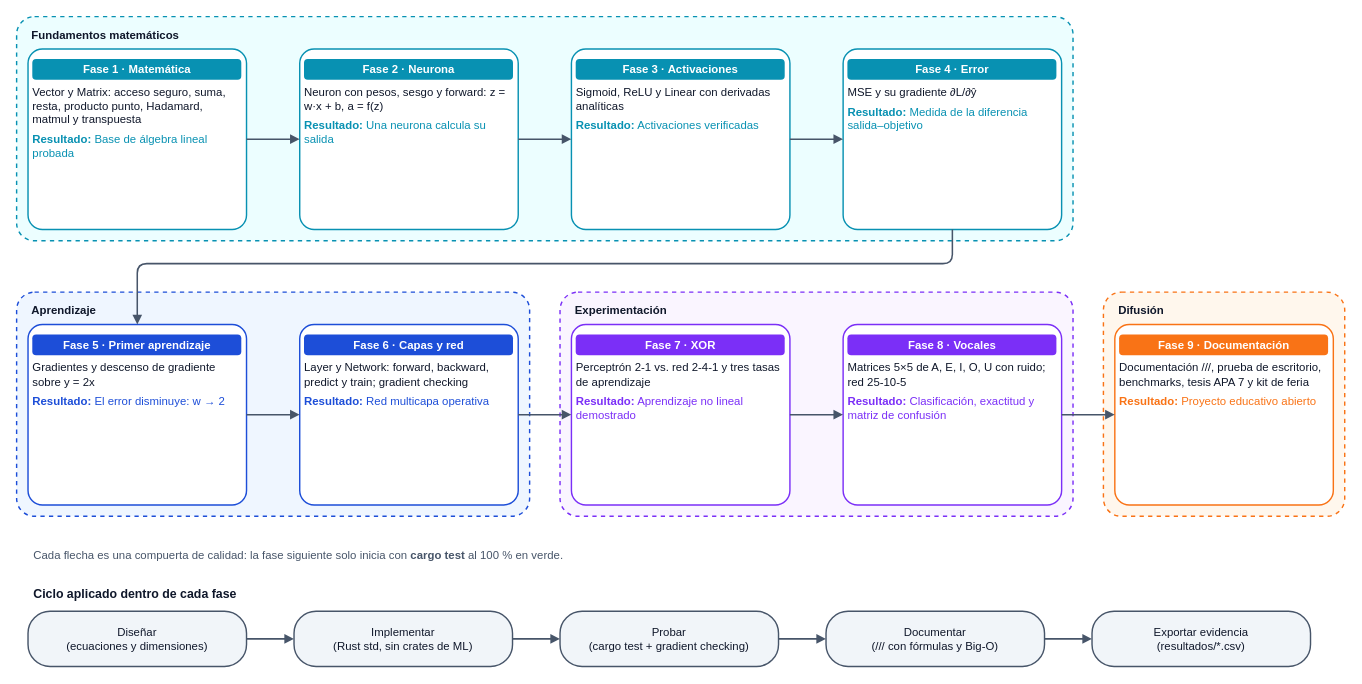
Noxy-bit/Redes-Neuronales-Rust keeps this draw.io diagram as diagramas/05_fases_metodologia.drawio. Above is the earlier version. Source tidied: cells renumbered, new cells numbered last; positions are measured from the earlier drawing's top-left corner, leaving out a move shared by most shapes. Both pictures are drawn from the tidied source at 95%, with x=0, y=0 at pixel (16, 16).
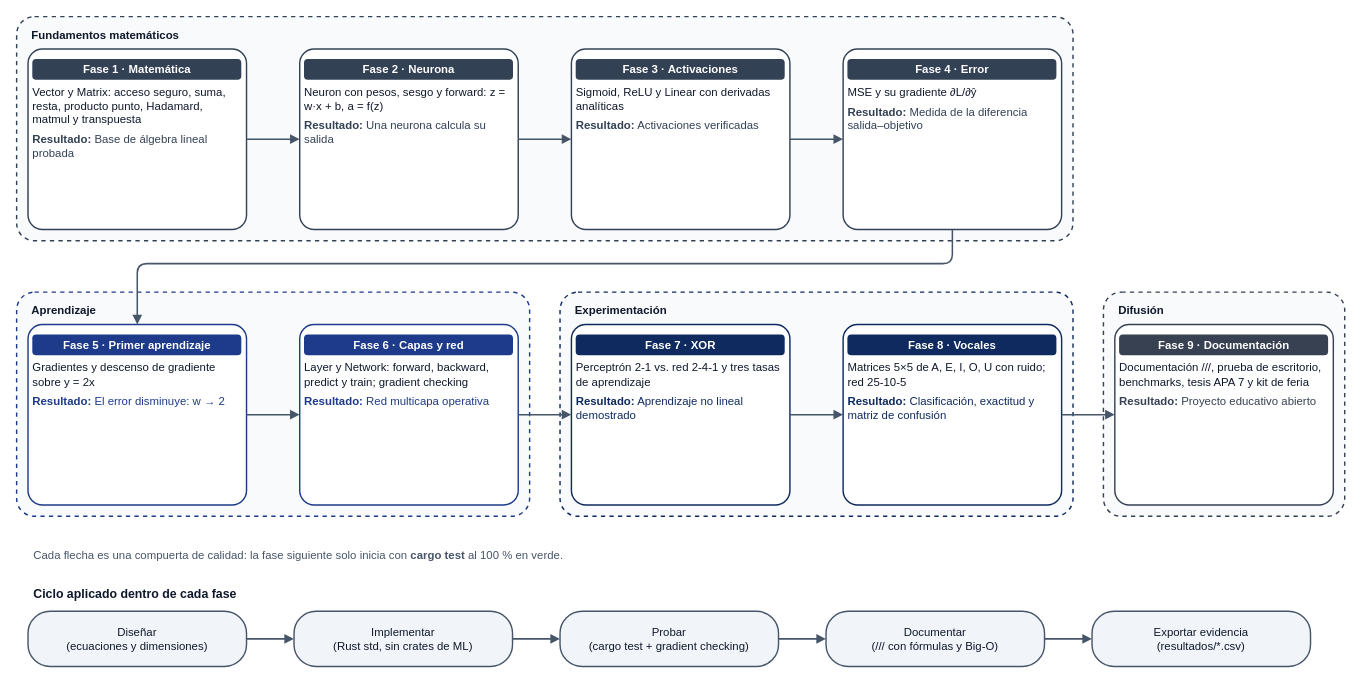
After the change.

The edit, as a diff of the source:
```diff
@@
-    <mxCell id="2" value="&lt;b&gt;Fundamentos matemáticos&lt;/b&gt;" style="rounded=1;arcSize=8;whiteSpace=wrap;html=1;fontFamily=Helvetica;fontSize=13;fontColor=#0F172A;strokeColor=#0891B2;fillColor=#ECFEFF;strokeWidth=1.5;spacing=6;verticalAlign=top;align=left;spacingLeft=10;spacingTop=2;fontSize=12;dashed=1;" parent="1" vertex="1">
+    <mxCell id="2" value="&lt;b&gt;Fundamentos matemáticos&lt;/b&gt;" style="rounded=1;arcSize=8;whiteSpace=wrap;html=1;fontFamily=Helvetica;fontSize=13;fontColor=#0F172A;strokeColor=#334155;fillColor=#F8FAFC;strokeWidth=1.5;spacing=6;verticalAlign=top;align=left;spacingLeft=10;spacingTop=2;fontSize=12;dashed=1;" parent="1" vertex="1">
       <mxGeometry width="1112" height="236" as="geometry" />
     </mxCell>
-    <mxCell id="3" value="&lt;b&gt;Aprendizaje&lt;/b&gt;" style="rounded=1;arcSize=8;whiteSpace=wrap;html=1;fontFamily=Helvetica;fontSize=13;fontColor=#0F172A;strokeColor=#1D4ED8;fillColor=#EFF6FF;strokeWidth=1.5;spacing=6;verticalAlign=top;align=left;spacingLeft=10;spacingTop=2;fontSize=12;dashed=1;" parent="1" vertex="1">
+    <mxCell id="3" value="&lt;b&gt;Aprendizaje&lt;/b&gt;" style="rounded=1;arcSize=8;whiteSpace=wrap;html=1;fontFamily=Helvetica;fontSize=13;fontColor=#0F172A;strokeColor=#1E3A8A;fillColor=#F8FAFC;strokeWidth=1.5;spacing=6;verticalAlign=top;align=left;spacingLeft=10;spacingTop=2;fontSize=12;dashed=1;" parent="1" vertex="1">
       <mxGeometry y="290" width="540" height="236" as="geometry" />
     </mxCell>
-    <mxCell id="4" value="&lt;b&gt;Experimentación&lt;/b&gt;" style="rounded=1;arcSize=8;whiteSpace=wrap;html=1;fontFamily=Helvetica;fontSize=13;fontColor=#0F172A;strokeColor=#7B2FF7;fillColor=#FAF5FF;strokeWidth=1.5;spacing=6;verticalAlign=top;align=left;spacingLeft=10;spacingTop=2;fontSize=12;dashed=1;" parent="1" vertex="1">
+    <mxCell id="4" value="&lt;b&gt;Experimentación&lt;/b&gt;" style="rounded=1;arcSize=8;whiteSpace=wrap;html=1;fontFamily=Helvetica;fontSize=13;fontColor=#0F172A;strokeColor=#0F2A5F;fillColor=#F8FAFC;strokeWidth=1.5;spacing=6;verticalAlign=top;align=left;spacingLeft=10;spacingTop=2;fontSize=12;dashed=1;" parent="1" vertex="1">
       <mxGeometry x="572" y="290" width="540" height="236" as="geometry" />
     </mxCell>
-    <mxCell id="5" value="&lt;b&gt;Difusión&lt;/b&gt;" style="rounded=1;arcSize=8;whiteSpace=wrap;html=1;fontFamily=Helvetica;fontSize=13;fontColor=#0F172A;strokeColor=#F97316;fillColor=#FFF7ED;strokeWidth=1.5;spacing=6;verticalAlign=top;align=left;spacingLeft=10;spacingTop=2;fontSize=12;dashed=1;" parent="1" vertex="1">
+    <mxCell id="5" value="&lt;b&gt;Difusión&lt;/b&gt;" style="rounded=1;arcSize=8;whiteSpace=wrap;html=1;fontFamily=Helvetica;fontSize=13;fontColor=#0F172A;strokeColor=#374151;fillColor=#F8FAFC;strokeWidth=1.5;spacing=6;verticalAlign=top;align=left;spacingLeft=10;spacingTop=2;fontSize=12;dashed=1;" parent="1" vertex="1">
       <mxGeometry x="1144" y="290" width="254" height="236" as="geometry" />
     </mxCell>
-    <mxCell id="6" value="&lt;div style=&quot;background:#0891B2;color:#FFFFFF;padding:4px;border-radius:4px&quot;&gt;&lt;b&gt;Fase 1 · Matemática&lt;/b&gt;&lt;/div&gt;&lt;div style=&quot;text-align:left;margin-top:6px&quot;&gt;Vector y Matrix: acceso seguro, suma, resta, producto punto, Hadamard, matmul y transpuesta&lt;/div&gt;&lt;div style=&quot;text-align:left;margin-top:6px;color:#0891B2&quot;&gt;&lt;b&gt;Resultado:&lt;/b&gt; Base de álgebra lineal probada&lt;/div&gt;" style="rounded=1;arcSize=8;whiteSpace=wrap;html=1;fontFamily=Helvetica;fontSize=13;fontColor=#0F172A;strokeColor=#0891B2;fillColor=#FFFFFF;strokeWidth=1.5;spacing=6;verticalAlign=top;fontSize=12;" parent="1" vertex="1">
+    <mxCell id="6" value="&lt;div style=&quot;background:#334155;color:#FFFFFF;padding:4px;border-radius:4px&quot;&gt;&lt;b&gt;Fase 1 · Matemática&lt;/b&gt;&lt;/div&gt;&lt;div style=&quot;text-align:left;margin-top:6px&quot;&gt;Vector y Matrix: acceso seguro, suma, resta, producto punto, Hadamard, matmul y transpuesta&lt;/div&gt;&lt;div style=&quot;text-align:left;margin-top:6px;color:#334155&quot;&gt;&lt;b&gt;Resultado:&lt;/b&gt; Base de álgebra lineal probada&lt;/div&gt;" style="rounded=1;arcSize=8;whiteSpace=wrap;html=1;fontFamily=Helvetica;fontSize=13;fontColor=#0F172A;strokeColor=#334155;fillColor=#FFFFFF;strokeWidth=1.5;spacing=6;verticalAlign=top;fontSize=12;" parent="1" vertex="1">
       <mxGeometry x="12" y="34" width="230" height="190" as="geometry" />
     </mxCell>
-    <mxCell id="7" value="&lt;div style=&quot;background:#0891B2;color:#FFFFFF;padding:4px;border-radius:4px&quot;&gt;&lt;b&gt;Fase 2 · Neurona&lt;/b&gt;&lt;/div&gt;&lt;div style=&quot;text-align:left;margin-top:6px&quot;&gt;Neuron con pesos, sesgo y forward: z = w·x + b, a = f(z)&lt;/div&gt;&lt;div style=&quot;text-align:left;margin-top:6px;color:#0891B2&quot;&gt;&lt;b&gt;Resultado:&lt;/b&gt; Una neurona calcula su salida&lt;/div&gt;" style="rounded=1;arcSize=8;whiteSpace=wrap;html=1;fontFamily=Helvetica;fontSize=13;fontColor=#0F172A;strokeColor=#0891B2;fillColor=#FFFFFF;strokeWidth=1.5;spacing=6;verticalAlign=top;fontSize=12;" parent="1" vertex="1">
+    <mxCell id="7" value="&lt;div style=&quot;background:#334155;color:#FFFFFF;padding:4px;border-radius:4px&quot;&gt;&lt;b&gt;Fase 2 · Neurona&lt;/b&gt;&lt;/div&gt;&lt;div style=&quot;text-align:left;margin-top:6px&quot;&gt;Neuron con pesos, sesgo y forward: z = w·x + b, a = f(z)&lt;/div&gt;&lt;div style=&quot;text-align:left;margin-top:6px;color:#334155&quot;&gt;&lt;b&gt;Resultado:&lt;/b&gt; Una neurona calcula su salida&lt;/div&gt;" style="rounded=1;arcSize=8;whiteSpace=wrap;html=1;fontFamily=Helvetica;fontSize=13;fontColor=#0F172A;strokeColor=#334155;fillColor=#FFFFFF;strokeWidth=1.5;spacing=6;verticalAlign=top;fontSize=12;" parent="1" vertex="1">
       <mxGeometry x="298" y="34" width="230" height="190" as="geometry" />
     </mxCell>
-    <mxCell id="8" value="&lt;div style=&quot;background:#0891B2;color:#FFFFFF;padding:4px;border-radius:4px&quot;&gt;&lt;b&gt;Fase 3 · Activaciones&lt;/b&gt;&lt;/div&gt;&lt;div style=&quot;text-align:left;margin-top:6px&quot;&gt;Sigmoid, ReLU y Linear con derivadas analíticas&lt;/div&gt;&lt;div style=&quot;text-align:left;margin-top:6px;color:#0891B2&quot;&gt;&lt;b&gt;Resultado:&lt;/b&gt; Activaciones verificadas&lt;/div&gt;" style="rounded=1;arcSize=8;whiteSpace=wrap;html=1;fontFamily=Helvetica;fontSize=13;fontColor=#0F172A;strokeColor=#0891B2;fillColor=#FFFFFF;strokeWidth=1.5;spacing=6;verticalAlign=top;fontSize=12;" parent="1" vertex="1">
+    <mxCell id="8" value="&lt;div style=&quot;background:#334155;color:#FFFFFF;padding:4px;border-radius:4px&quot;&gt;&lt;b&gt;Fase 3 · Activaciones&lt;/b&gt;&lt;/div&gt;&lt;div style=&quot;text-align:left;margin-top:6px&quot;&gt;Sigmoid, ReLU y Linear con derivadas analíticas&lt;/div&gt;&lt;div style=&quot;text-align:left;margin-top:6px;color:#334155&quot;&gt;&lt;b&gt;Resultado:&lt;/b&gt; Activaciones verificadas&lt;/div&gt;" style="rounded=1;arcSize=8;whiteSpace=wrap;html=1;fontFamily=Helvetica;fontSize=13;fontColor=#0F172A;strokeColor=#334155;fillColor=#FFFFFF;strokeWidth=1.5;spacing=6;verticalAlign=top;fontSize=12;" parent="1" vertex="1">
       <mxGeometry x="584" y="34" width="230" height="190" as="geometry" />
     </mxCell>
-    <mxCell id="9" value="&lt;div style=&quot;background:#0891B2;color:#FFFFFF;padding:4px;border-radius:4px&quot;&gt;&lt;b&gt;Fase 4 · Error&lt;/b&gt;&lt;/div&gt;&lt;div style=&quot;text-align:left;margin-top:6px&quot;&gt;MSE y su gradiente ∂L/∂ŷ&lt;/div&gt;&lt;div style=&quot;text-align:left;margin-top:6px;color:#0891B2&quot;&gt;&lt;b&gt;Resultado:&lt;/b&gt; Medida de la diferencia salida–objetivo&lt;/div&gt;" style="rounded=1;arcSize=8;whiteSpace=wrap;html=1;fontFamily=Helvetica;fontSize=13;fontColor=#0F172A;strokeColor=#0891B2;fillColor=#FFFFFF;strokeWidth=1.5;spacing=6;verticalAlign=top;fontSize=12;" parent="1" vertex="1">
+    <mxCell id="9" value="&lt;div style=&quot;background:#334155;color:#FFFFFF;padding:4px;border-radius:4px&quot;&gt;&lt;b&gt;Fase 4 · Error&lt;/b&gt;&lt;/div&gt;&lt;div style=&quot;text-align:left;margin-top:6px&quot;&gt;MSE y su gradiente ∂L/∂ŷ&lt;/div&gt;&lt;div style=&quot;text-align:left;margin-top:6px;color:#334155&quot;&gt;&lt;b&gt;Resultado:&lt;/b&gt; Medida de la diferencia salida–objetivo&lt;/div&gt;" style="rounded=1;arcSize=8;whiteSpace=wrap;html=1;fontFamily=Helvetica;fontSize=13;fontColor=#0F172A;strokeColor=#334155;fillColor=#FFFFFF;strokeWidth=1.5;spacing=6;verticalAlign=top;fontSize=12;" parent="1" vertex="1">
       <mxGeometry x="870" y="34" width="230" height="190" as="geometry" />
     </mxCell>
-    <mxCell id="10" value="&lt;div style=&quot;background:#1D4ED8;color:#FFFFFF;padding:4px;border-radius:4px&quot;&gt;&lt;b&gt;Fase 5 · Primer aprendizaje&lt;/b&gt;&lt;/div&gt;&lt;div style=&quot;text-align:left;margin-top:6px&quot;&gt;Gradientes y descenso de gradiente sobre y = 2x&lt;/div&gt;&lt;div style=&quot;text-align:left;margin-top:6px;color:#1D4ED8&quot;&gt;&lt;b&gt;Resultado:&lt;/b&gt; El error disminuye: w → 2&lt;/div&gt;" style="rounded=1;arcSize=8;whiteSpace=wrap;html=1;fontFamily=Helvetica;fontSize=13;fontColor=#0F172A;strokeColor=#1D4ED8;fillColor=#FFFFFF;strokeWidth=1.5;spacing=6;verticalAlign=top;fontSize=12;" parent="1" vertex="1">
+    <mxCell id="10" value="&lt;div style=&quot;background:#1E3A8A;color:#FFFFFF;padding:4px;border-radius:4px&quot;&gt;&lt;b&gt;Fase 5 · Primer aprendizaje&lt;/b&gt;&lt;/div&gt;&lt;div style=&quot;text-align:left;margin-top:6px&quot;&gt;Gradientes y descenso de gradiente sobre y = 2x&lt;/div&gt;&lt;div style=&quot;text-align:left;margin-top:6px;color:#1E3A8A&quot;&gt;&lt;b&gt;Resultado:&lt;/b&gt; El error disminuye: w → 2&lt;/div&gt;" style="rounded=1;arcSize=8;whiteSpace=wrap;html=1;fontFamily=Helvetica;fontSize=13;fontColor=#0F172A;strokeColor=#1E3A8A;fillColor=#FFFFFF;strokeWidth=1.5;spacing=6;verticalAlign=top;fontSize=12;" parent="1" vertex="1">
       <mxGeometry x="12" y="324" width="230" height="190" as="geometry" />
     </mxCell>
-    <mxCell id="11" value="&lt;div style=&quot;background:#1D4ED8;color:#FFFFFF;padding:4px;border-radius:4px&quot;&gt;&lt;b&gt;Fase 6 · Capas y red&lt;/b&gt;&lt;/div&gt;&lt;div style=&quot;text-align:left;margin-top:6px&quot;&gt;Layer y Network: forward, backward, predict y train; gradient checking&lt;/div&gt;&lt;div style=&quot;text-align:left;margin-top:6px;color:#1D4ED8&quot;&gt;&lt;b&gt;Resultado:&lt;/b&gt; Red multicapa operativa&lt;/div&gt;" style="rounded=1;arcSize=8;whiteSpace=wrap;html=1;fontFamily=Helvetica;fontSize=13;fontColor=#0F172A;strokeColor=#1D4ED8;fillColor=#FFFFFF;strokeWidth=1.5;spacing=6;verticalAlign=top;fontSize=12;" parent="1" vertex="1">
+    <mxCell id="11" value="&lt;div style=&quot;background:#1E3A8A;color:#FFFFFF;padding:4px;border-radius:4px&quot;&gt;&lt;b&gt;Fase 6 · Capas y red&lt;/b&gt;&lt;/div&gt;&lt;div style=&quot;text-align:left;margin-top:6px&quot;&gt;Layer y Network: forward, backward, predict y train; gradient checking&lt;/div&gt;&lt;div style=&quot;text-align:left;margin-top:6px;color:#1E3A8A&quot;&gt;&lt;b&gt;Resultado:&lt;/b&gt; Red multicapa operativa&lt;/div&gt;" style="rounded=1;arcSize=8;whiteSpace=wrap;html=1;fontFamily=Helvetica;fontSize=13;fontColor=#0F172A;strokeColor=#1E3A8A;fillColor=#FFFFFF;strokeWidth=1.5;spacing=6;verticalAlign=top;fontSize=12;" parent="1" vertex="1">
       <mxGeometry x="298" y="324" width="230" height="190" as="geometry" />
     </mxCell>
-    <mxCell id="12" value="&lt;div style=&quot;background:#7B2FF7;color:#FFFFFF;padding:4px;border-radius:4px&quot;&gt;&lt;b&gt;Fase 7 · XOR&lt;/b&gt;&lt;/div&gt;&lt;div style=&quot;text-align:left;margin-top:6px&quot;&gt;Perceptrón 2-1 vs. red 2-4-1 y tres tasas de aprendizaje&lt;/div&gt;&lt;div style=&quot;text-align:left;margin-top:6px;color:#7B2FF7&quot;&gt;&lt;b&gt;Resultado:&lt;/b&gt; Aprendizaje no lineal demostrado&lt;/div&gt;" style="rounded=1;arcSize=8;whiteSpace=wrap;html=1;fontFamily=Helvetica;fontSize=13;fontColor=#0F172A;strokeColor=#7B2FF7;fillColor=#FFFFFF;strokeWidth=1.5;spacing=6;verticalAlign=top;fontSize=12;" parent="1" vertex="1">
+    <mxCell id="12" value="&lt;div style=&quot;background:#0F2A5F;color:#FFFFFF;padding:4px;border-radius:4px&quot;&gt;&lt;b&gt;Fase 7 · XOR&lt;/b&gt;&lt;/div&gt;&lt;div style=&quot;text-align:left;margin-top:6px&quot;&gt;Perceptrón 2-1 vs. red 2-4-1 y tres tasas de aprendizaje&lt;/div&gt;&lt;div style=&quot;text-align:left;margin-top:6px;color:#0F2A5F&quot;&gt;&lt;b&gt;Resultado:&lt;/b&gt; Aprendizaje no lineal demostrado&lt;/div&gt;" style="rounded=1;arcSize=8;whiteSpace=wrap;html=1;fontFamily=Helvetica;fontSize=13;fontColor=#0F172A;strokeColor=#0F2A5F;fillColor=#FFFFFF;strokeWidth=1.5;spacing=6;verticalAlign=top;fontSize=12;" parent="1" vertex="1">
       <mxGeometry x="584" y="324" width="230" height="190" as="geometry" />
     </mxCell>
-    <mxCell id="13" value="&lt;div style=&quot;background:#7B2FF7;color:#FFFFFF;padding:4px;border-radius:4px&quot;&gt;&lt;b&gt;Fase 8 · Vocales&lt;/b&gt;&lt;/div&gt;&lt;div style=&quot;text-align:left;margin-top:6px&quot;&gt;Matrices 5×5 de A, E, I, O, U con ruido; red 25-10-5&lt;/div&gt;&lt;div style=&quot;text-align:left;margin-top:6px;color:#7B2FF7&quot;&gt;&lt;b&gt;Resultado:&lt;/b&gt; Clasificación, exactitud y matriz de confusión&lt;/div&gt;" style="rounded=1;arcSize=8;whiteSpace=wrap;html=1;fontFamily=Helvetica;fontSize=13;fontColor=#0F172A;strokeColor=#7B2FF7;fillColor=#FFFFFF;strokeWidth=1.5;spacing=6;verticalAlign=top;fontSize=12;" parent="1" vertex="1">
+    <mxCell id="13" value="&lt;div style=&quot;background:#0F2A5F;color:#FFFFFF;padding:4px;border-radius:4px&quot;&gt;&lt;b&gt;Fase 8 · Vocales&lt;/b&gt;&lt;/div&gt;&lt;div style=&quot;text-align:left;margin-top:6px&quot;&gt;Matrices 5×5 de A, E, I, O, U con ruido; red 25-10-5&lt;/div&gt;&lt;div style=&quot;text-align:left;margin-top:6px;color:#0F2A5F&quot;&gt;&lt;b&gt;Resultado:&lt;/b&gt; Clasificación, exactitud y matriz de confusión&lt;/div&gt;" style="rounded=1;arcSize=8;whiteSpace=wrap;html=1;fontFamily=Helvetica;fontSize=13;fontColor=#0F172A;strokeColor=#0F2A5F;fillColor=#FFFFFF;strokeWidth=1.5;spacing=6;verticalAlign=top;fontSize=12;" parent="1" vertex="1">
       <mxGeometry x="870" y="324" width="230" height="190" as="geometry" />
     </mxCell>
-    <mxCell id="14" value="&lt;div style=&quot;background:#F97316;color:#FFFFFF;padding:4px;border-radius:4px&quot;&gt;&lt;b&gt;Fase 9 · Documentación&lt;/b&gt;&lt;/div&gt;&lt;div style=&quot;text-align:left;margin-top:6px&quot;&gt;Documentación ///, prueba de escritorio, benchmarks, tesis APA 7 y kit de feria&lt;/div&gt;&lt;div style=&quot;text-align:left;margin-top:6px;color:#F97316&quot;&gt;&lt;b&gt;Resultado:&lt;/b&gt; Proyecto educativo abierto&lt;/div&gt;" style="rounded=1;arcSize=8;whiteSpace=wrap;html=1;fontFamily=Helvetica;fontSize=13;fontColor=#0F172A;strokeColor=#F97316;fillColor=#FFFFFF;strokeWidth=1.5;spacing=6;verticalAlign=top;fontSize=12;" parent="1" vertex="1">
+    <mxCell id="14" value="&lt;div style=&quot;background:#374151;color:#FFFFFF;padding:4px;border-radius:4px&quot;&gt;&lt;b&gt;Fase 9 · Documentación&lt;/b&gt;&lt;/div&gt;&lt;div style=&quot;text-align:left;margin-top:6px&quot;&gt;Documentación ///, prueba de escritorio, benchmarks, tesis APA 7 y kit de feria&lt;/div&gt;&lt;div style=&quot;text-align:left;margin-top:6px;color:#374151&quot;&gt;&lt;b&gt;Resultado:&lt;/b&gt; Proyecto educativo abierto&lt;/div&gt;" style="rounded=1;arcSize=8;whiteSpace=wrap;html=1;fontFamily=Helvetica;fontSize=13;fontColor=#0F172A;strokeColor=#374151;fillColor=#FFFFFF;strokeWidth=1.5;spacing=6;verticalAlign=top;fontSize=12;" parent="1" vertex="1">
       <mxGeometry x="1156" y="324" width="230" height="190" as="geometry" />
     </mxCell>
@@
-    <mxCell id="23" value="Cada flecha es una compuerta de calidad: la fase siguiente solo inicia con &lt;b&gt;cargo test&lt;/b&gt; al 100 % en verde." style="rounded=1;arcSize=8;whiteSpace=wrap;html=1;fontFamily=Helvetica;fontSize=13;fontColor=#0F172A;strokeColor=#0F1736;fillColor=#FFFFFF;strokeWidth=1.5;spacing=6;strokeColor=none;fillColor=none;align=left;fontSize=12;fontColor=#475569;" parent="1" vertex="1">
+    <mxCell id="23" value="Cada flecha es una compuerta de calidad: la fase siguiente solo inicia con &lt;b&gt;cargo test&lt;/b&gt; al 100 % en verde." style="rounded=1;arcSize=8;whiteSpace=wrap;html=1;fontFamily=Helvetica;fontSize=13;fontColor=#0F172A;strokeColor=#0F2A5F;fillColor=#FFFFFF;strokeWidth=1.5;spacing=6;strokeColor=none;fillColor=none;align=left;fontSize=12;fontColor=#475569;" parent="1" vertex="1">
       <mxGeometry x="12" y="554" width="1200" height="26" as="geometry" />
     </mxCell>
-    <mxCell id="24" value="&lt;b&gt;Ciclo aplicado dentro de cada fase&lt;/b&gt;" style="rounded=1;arcSize=8;whiteSpace=wrap;html=1;fontFamily=Helvetica;fontSize=13;fontColor=#0F172A;strokeColor=#0F1736;fillColor=#FFFFFF;strokeWidth=1.5;spacing=6;strokeColor=none;fillColor=none;align=left;" parent="1" vertex="1">
+    <mxCell id="24" value="&lt;b&gt;Ciclo aplicado dentro de cada fase&lt;/b&gt;" style="rounded=1;arcSize=8;whiteSpace=wrap;html=1;fontFamily=Helvetica;fontSize=13;fontColor=#0F172A;strokeColor=#0F2A5F;fillColor=#FFFFFF;strokeWidth=1.5;spacing=6;strokeColor=none;fillColor=none;align=left;" parent="1" vertex="1">
       <mxGeometry x="12" y="594" width="400" height="26" as="geometry" />
     </mxCell>
```
